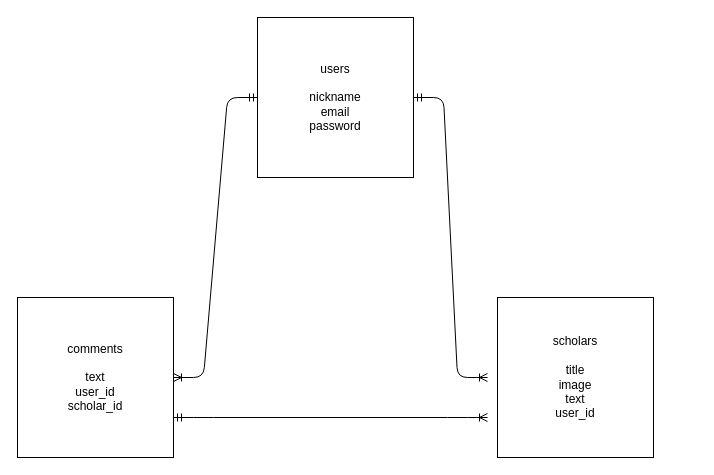
This is scholar.dio from tech-zack/scholar-34547, a draw.io file, before an edit. Source tidied: cells renumbered, new cells numbered last; positions are measured from the earlier drawing's top-left corner, leaving out a move shared by most shapes. Both pictures are drawn from the tidied source at 100%, with x=0, y=0 at pixel (17, 17).
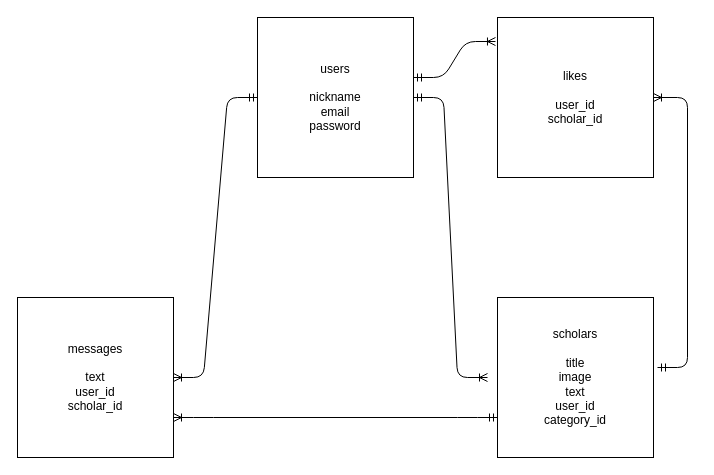
The same page after the edit.

The edit, as a diff of the source:
```diff
@@
 <mxGraphModel>
   <root>
     <mxCell id="0" />
     <mxCell id="1" parent="0" />
     <mxCell id="2" value="users&lt;br&gt;&lt;br&gt;nickname&lt;br&gt;email&lt;br&gt;password&lt;br&gt;" style="whiteSpace=wrap;html=1;align=center;" parent="1" vertex="1">
       <mxGeometry x="240" width="156" height="160" as="geometry" />
     </mxCell>
-    <mxCell id="3" value="comments&lt;br&gt;&lt;br&gt;text&lt;br&gt;user_id&lt;br&gt;scholar_id" style="whiteSpace=wrap;html=1;align=center;" parent="1" vertex="1">
+    <mxCell id="3" value="messages&lt;br&gt;&lt;br&gt;text&lt;br&gt;user_id&lt;br&gt;scholar_id" style="whiteSpace=wrap;html=1;align=center;" parent="1" vertex="1">
       <mxGeometry y="280" width="156" height="160" as="geometry" />
     </mxCell>
-    <mxCell id="4" value="scholars&lt;br&gt;&lt;br&gt;title&lt;br&gt;image&lt;br&gt;text&lt;br&gt;user_id&lt;br&gt;" style="whiteSpace=wrap;html=1;align=center;" parent="1" vertex="1">
+    <mxCell id="4" value="scholars&lt;br&gt;&lt;br&gt;title&lt;br&gt;image&lt;br&gt;text&lt;br&gt;user_id&lt;br&gt;category_id" style="whiteSpace=wrap;html=1;align=center;" parent="1" vertex="1">
       <mxGeometry x="480" y="280" width="156" height="160" as="geometry" />
     </mxCell>
     <mxCell id="5" style="edgeStyle=entityRelationEdgeStyle;fontSize=12;html=1;endArrow=ERoneToMany;startArrow=ERmandOne;" parent="1" edge="1">
       <mxGeometry relative="1" as="geometry">
         <mxPoint x="396" y="80" as="sourcePoint" />
         <mxPoint x="470" y="360" as="targetPoint" />
       </mxGeometry>
     </mxCell>
     <mxCell id="6" style="edgeStyle=entityRelationEdgeStyle;fontSize=12;html=1;endArrow=ERoneToMany;startArrow=ERmandOne;exitX=0;exitY=0.5;exitDx=0;exitDy=0;" parent="1" edge="1" source="2" target="3">
       <mxGeometry relative="1" as="geometry" />
     </mxCell>
-    <mxCell id="7" style="edgeStyle=entityRelationEdgeStyle;fontSize=12;html=1;endArrow=ERoneToMany;startArrow=ERmandOne;" parent="1" edge="1">
-      <mxGeometry relative="1" as="geometry">
-        <mxPoint x="156" y="400" as="sourcePoint" />
-        <mxPoint x="470" y="400" as="targetPoint" />
-      </mxGeometry>
+    <mxCell id="7" style="edgeStyle=entityRelationEdgeStyle;fontSize=12;html=1;endArrow=ERoneToMany;startArrow=ERmandOne;exitX=0;exitY=0.75;exitDx=0;exitDy=0;entryX=1;entryY=0.75;entryDx=0;entryDy=0;" parent="1" edge="1" source="4" target="3">
+      <mxGeometry relative="1" as="geometry" />
     </mxCell>
+    <mxCell id="8" value="likes&lt;br&gt;&lt;br&gt;user_id&lt;br&gt;scholar_id" style="whiteSpace=wrap;html=1;align=center;" parent="1" vertex="1">
+      <mxGeometry x="480" width="156" height="160" as="geometry" />
+    </mxCell>
+    <mxCell id="9" style="edgeStyle=entityRelationEdgeStyle;fontSize=12;html=1;endArrow=ERoneToMany;startArrow=ERmandOne;entryX=-0.013;entryY=0.15;entryDx=0;entryDy=0;entryPerimeter=0;" parent="1" edge="1" target="8">
+      <mxGeometry relative="1" as="geometry">
+        <mxPoint x="396" y="60" as="sourcePoint" />
+      </mxGeometry>
+    </mxCell>
+    <mxCell id="10" style="edgeStyle=entityRelationEdgeStyle;fontSize=12;html=1;endArrow=ERoneToMany;startArrow=ERmandOne;entryX=1;entryY=0.5;entryDx=0;entryDy=0;" parent="1" edge="1" target="8">
+      <mxGeometry relative="1" as="geometry">
+        <mxPoint x="640" y="350" as="sourcePoint" />
+      </mxGeometry>
+    </mxCell>
   </root>
 </mxGraphModel>
```
